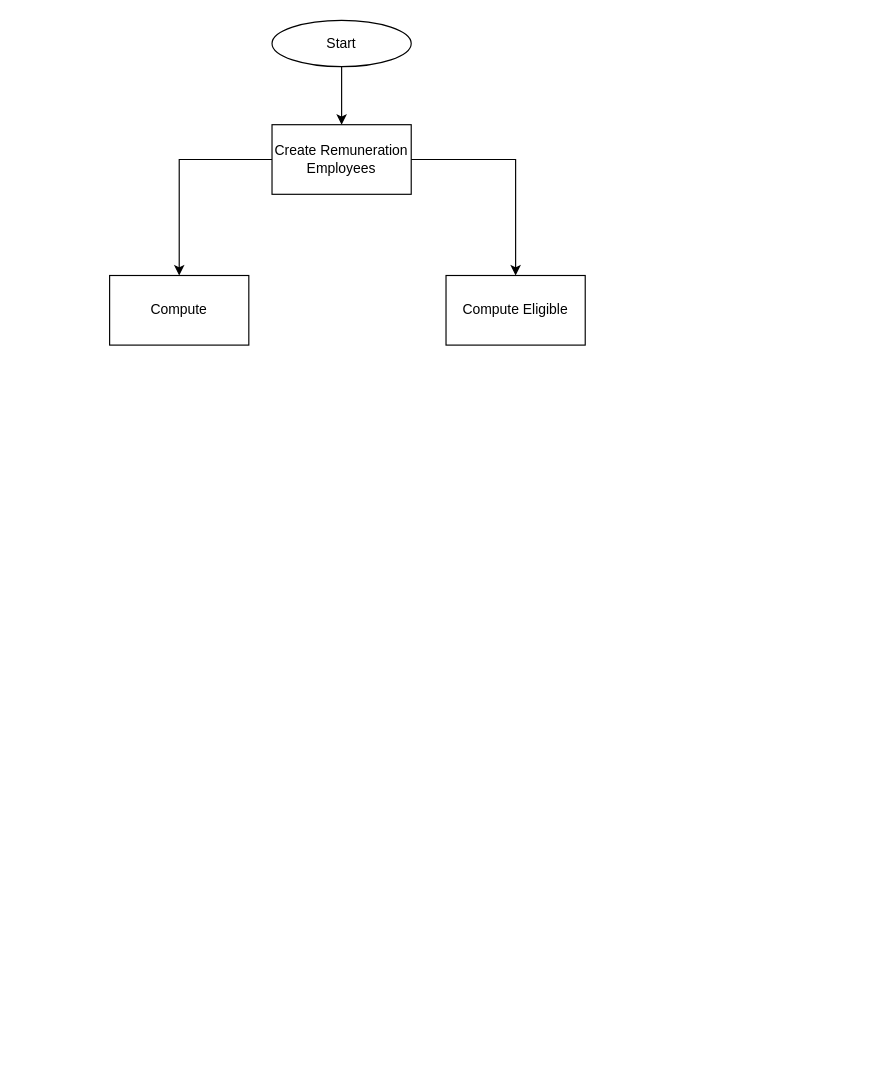
Before: Remuneration.drawio in jezreelkosasih/diagram, a draw.io diagram. Source tidied: cells renumbered, new cells numbered last; positions are measured from the earlier drawing's top-left corner, leaving out a move shared by most shapes. Both pictures are drawn from the tidied source at 116%, with x=0, y=0 at pixel (109, 20).
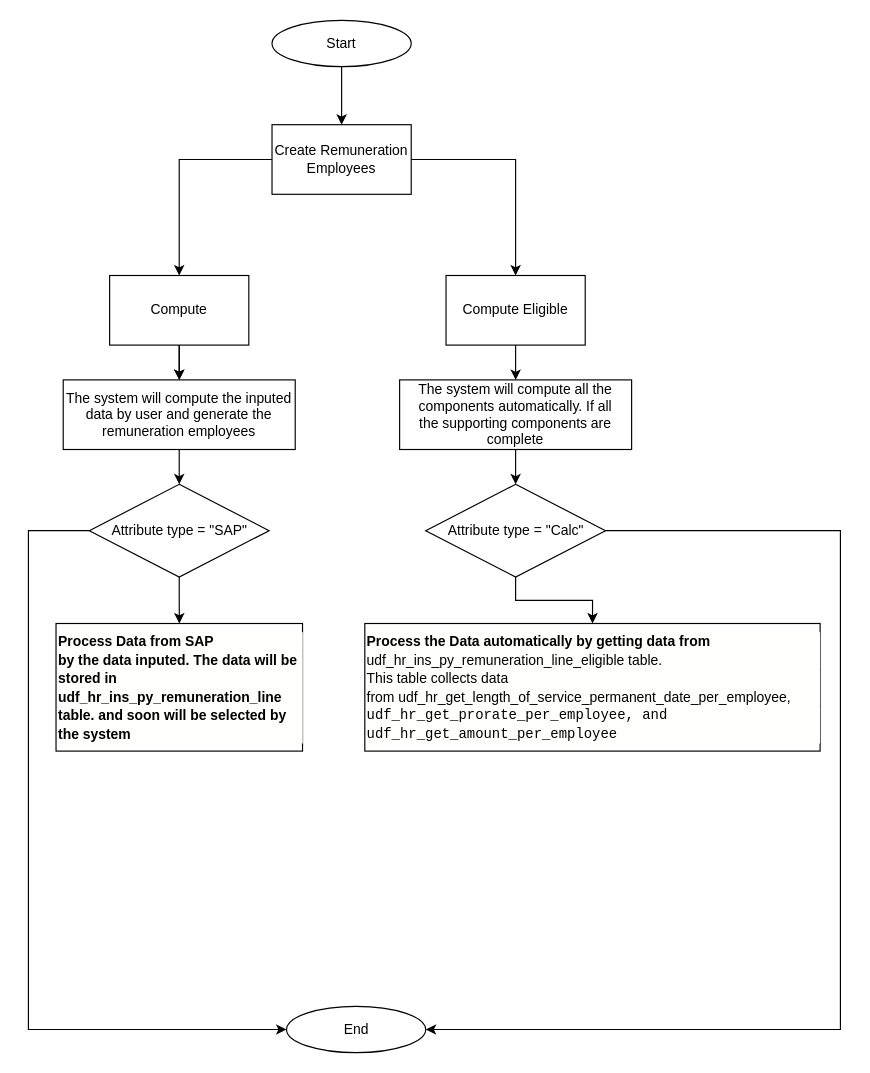
The same page after the edit.

The change refers to these unchanged cells:
```xml
<mxCell id="6" value="Compute" style="rounded=0;whiteSpace=wrap;html=1;" parent="1" vertex="1">
  <mxGeometry y="220" width="120" height="60" as="geometry" />
</mxCell>
<mxCell id="8" value="Compute Eligible" style="rounded=0;whiteSpace=wrap;html=1;" parent="1" vertex="1">
  <mxGeometry x="290" y="220" width="120" height="60" as="geometry" />
</mxCell>
```

The edit, as a diff of the source:
```diff
@@
+    <mxCell id="9" style="edgeStyle=orthogonalEdgeStyle;rounded=0;jettySize=auto;html=1;" parent="1" edge="1" source="6" target="13">
+      <mxGeometry relative="1" as="geometry" />
+    </mxCell>
+    <mxCell id="10" style="edgeStyle=orthogonalEdgeStyle;rounded=0;jettySize=auto;html=1;" parent="1" edge="1" source="6" target="13">
+      <mxGeometry relative="1" as="geometry" />
+    </mxCell>
@@
+    <mxCell id="11" style="edgeStyle=orthogonalEdgeStyle;rounded=0;jettySize=auto;html=1;" parent="1" edge="1" source="8" target="15">
+      <mxGeometry relative="1" as="geometry" />
+    </mxCell>
@@
+    <mxCell id="12" style="edgeStyle=orthogonalEdgeStyle;rounded=0;jettySize=auto;html=1;" parent="1" edge="1" source="13">
+      <mxGeometry relative="1" as="geometry">
+        <mxPoint x="60" y="400" as="targetPoint" />
+      </mxGeometry>
+    </mxCell>
+    <mxCell id="13" value="The system will compute the inputed data by user and generate the remuneration employees" style="rounded=0;whiteSpace=wrap;html=1;" parent="1" vertex="1">
+      <mxGeometry x="-40" y="310" width="200" height="60" as="geometry" />
+    </mxCell>
+    <mxCell id="14" style="edgeStyle=orthogonalEdgeStyle;rounded=0;jettySize=auto;html=1;" parent="1" edge="1" source="15" target="21">
+      <mxGeometry relative="1" as="geometry" />
+    </mxCell>
+    <mxCell id="15" value="The system will compute all the components automatically. If all the&amp;nbsp;supporting components are complete" style="rounded=0;whiteSpace=wrap;html=1;" parent="1" vertex="1">
+      <mxGeometry x="250" y="310" width="200" height="60" as="geometry" />
+    </mxCell>
+    <mxCell id="16" style="edgeStyle=orthogonalEdgeStyle;rounded=0;jettySize=auto;html=1;" parent="1" edge="1" source="18" target="22">
+      <mxGeometry relative="1" as="geometry" />
+    </mxCell>
+    <mxCell id="17" style="edgeStyle=orthogonalEdgeStyle;rounded=0;jettySize=auto;html=1;entryX=0;entryY=0.5;entryDx=0;entryDy=0;fontFamily=Helvetica;" parent="1" edge="1" source="18" target="23">
+      <mxGeometry relative="1" as="geometry">
+        <Array as="points">
+          <mxPoint x="-70" y="440" />
+          <mxPoint x="-70" y="870" />
+        </Array>
+      </mxGeometry>
+    </mxCell>
+    <mxCell id="18" value="Attribute type = &quot;SAP&quot;" style="rhombus;whiteSpace=wrap;html=1;" parent="1" vertex="1">
+      <mxGeometry x="-17.5" y="400" width="155" height="80" as="geometry" />
+    </mxCell>
+    <mxCell id="19" style="edgeStyle=orthogonalEdgeStyle;rounded=0;jettySize=auto;html=1;fontFamily=Helvetica;" parent="1" edge="1" source="21" target="24">
+      <mxGeometry relative="1" as="geometry" />
+    </mxCell>
+    <mxCell id="20" style="edgeStyle=orthogonalEdgeStyle;rounded=0;jettySize=auto;html=1;entryX=1;entryY=0.5;entryDx=0;entryDy=0;fontFamily=Helvetica;" parent="1" edge="1" source="21" target="23">
+      <mxGeometry relative="1" as="geometry">
+        <Array as="points">
+          <mxPoint x="630" y="440" />
+          <mxPoint x="630" y="870" />
+        </Array>
+      </mxGeometry>
+    </mxCell>
+    <mxCell id="21" value="Attribute type = &quot;Calc&quot;" style="rhombus;whiteSpace=wrap;html=1;" parent="1" vertex="1">
+      <mxGeometry x="272.5" y="400" width="155" height="80" as="geometry" />
+    </mxCell>
+    <mxCell id="22" value="&lt;div style=&quot;background-color: rgb(255, 255, 254); line-height: 16px;&quot;&gt;&lt;b style=&quot;&quot;&gt;Process Data from SAP&lt;/b&gt;&lt;/div&gt;&lt;div style=&quot;background-color: rgb(255, 255, 254); line-height: 16px;&quot;&gt;&lt;b style=&quot;&quot;&gt;by the data inputed. The data will be stored in udf_hr_ins_py_remuneration_line table. and soon will be selected by the system&lt;/b&gt;&lt;/div&gt;" style="whiteSpace=wrap;html=1;align=left;" parent="1" vertex="1">
+      <mxGeometry x="-46.2" y="520" width="212.5" height="110" as="geometry" />
+    </mxCell>
+    <mxCell id="23" value="End" style="ellipse;whiteSpace=wrap;html=1;" parent="1" vertex="1">
+      <mxGeometry x="152.5" y="850" width="120" height="40" as="geometry" />
+    </mxCell>
+    <mxCell id="24" value="&lt;div style=&quot;background-color: rgb(255, 255, 254); line-height: 16px;&quot;&gt;&lt;b&gt;Process the Data automatically by getting data from&amp;nbsp;&lt;/b&gt;&lt;/div&gt;&lt;div style=&quot;background-color: rgb(255, 255, 254); line-height: 16px;&quot;&gt;udf_hr_ins_py_remuneration_line_eligible table.&amp;nbsp;&lt;/div&gt;&lt;div style=&quot;background-color: rgb(255, 255, 254); line-height: 16px;&quot;&gt;This table collects data from&amp;nbsp;udf_hr_get_length_of_service_permanent_date_per_employee,&lt;/div&gt;&lt;div style=&quot;background-color: rgb(255, 255, 254); line-height: 16px;&quot;&gt;&lt;div style=&quot;font-family: Consolas, &amp;quot;Courier New&amp;quot;, monospace; line-height: 16px;&quot;&gt;udf_hr_get_prorate_per_employee, and udf_hr_get_amount_per_employee&lt;/div&gt;&lt;/div&gt;" style="whiteSpace=wrap;html=1;align=left;rounded=0;labelBorderColor=none;" parent="1" vertex="1">
+      <mxGeometry x="220" y="520" width="392.5" height="110" as="geometry" />
+    </mxCell>
```
